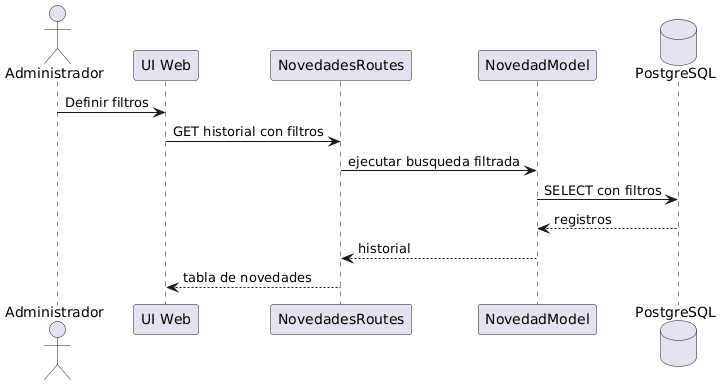
Before: docs/uml/render/secuencias/CU04_historial_novedades.png, a diagram exported from PlantUML (maranavard/SISTEMA-COMPUTACIONAL-PARA-LA-GESTION-Y-CONTROL-DE-ACCESO-DE-AUTOMOVILES-M-DULO-WEB). Its diagram source:
```plantuml
@startuml
actor Administrador
participant "UI Web" as UI
participant "NovedadesRoutes" as R
participant "NovedadModel" as N
database "PostgreSQL" as DB

Administrador -> UI : Definir filtros
UI -> R : GET historial con filtros
R -> N : ejecutar busqueda filtrada
N -> DB : SELECT con filtros
DB --> N : registros
N --> R : historial
R --> UI : tabla de novedades
@enduml
```
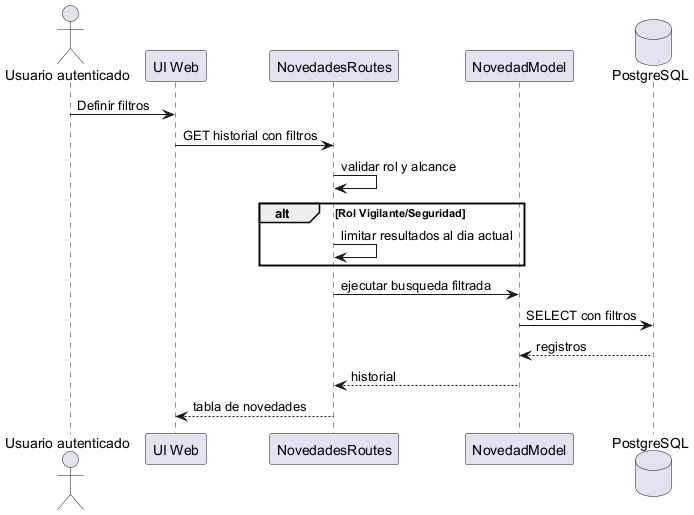
Later version of the same file.

Change to the diagram source:
```diff
@@ -1,12 +1,16 @@
-@startuml
-actor Administrador
+@startuml CU04_historial_novedades
+actor "Usuario autenticado" as Usuario
 participant "UI Web" as UI
 participant "NovedadesRoutes" as R
 participant "NovedadModel" as N
 database "PostgreSQL" as DB
 
-Administrador -> UI : Definir filtros
+Usuario -> UI : Definir filtros
 UI -> R : GET historial con filtros
+R -> R : validar rol y alcance
+alt Rol Vigilante/Seguridad
+	R -> R : limitar resultados al dia actual
+end
 R -> N : ejecutar busqueda filtrada
 N -> DB : SELECT con filtros
 DB --> N : registros
```
